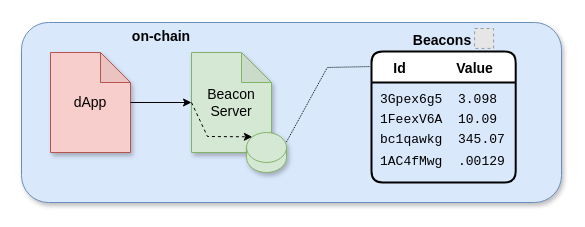
Earlier version of the draw.io diagram docs/beacon/v0.1/assets/diagrams/dapp-beacon.drawio (api3dao/old-api3-docs). Source tidied: cells renumbered, new cells numbered last; positions are measured from the earlier drawing's top-left corner, leaving out a move shared by most shapes. Both pictures are drawn from the tidied source at 100%, with x=0, y=0 at pixel (21, 21). Pictures stored in the file or linked from it are replaced by grey dashed boxes.
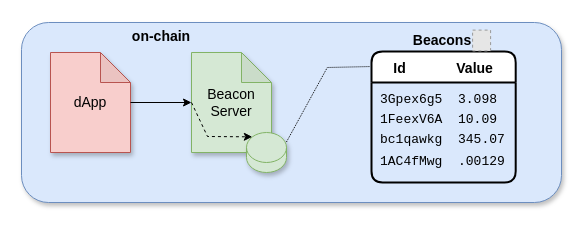
Above is the later version.

Diff of the diagram source:
```diff
@@
 <mxGraphModel>
   <root>
     <mxCell id="0" />
     <mxCell id="1" parent="0" />
     <mxCell id="2" style="rounded=1;whiteSpace=wrap;html=1;shadow=1;fillColor=#dae8fc;strokeColor=#6c8ebf;" parent="1" vertex="1">
       <mxGeometry y="1" width="540" height="180" as="geometry" />
     </mxCell>
     <mxCell id="3" value="&lt;font style=&quot;font-size: 14px&quot;&gt;dApp&lt;/font&gt;" style="shape=note;whiteSpace=wrap;html=1;backgroundOutline=1;darkOpacity=0.05;shadow=1;fillColor=#f8cecc;strokeColor=#b85450;" parent="1" vertex="1">
       <mxGeometry x="29" y="31" width="80" height="100" as="geometry" />
     </mxCell>
     <mxCell id="4" value="&lt;font style=&quot;font-size: 14px&quot;&gt;Beacon&lt;br&gt;Server&lt;br&gt;&lt;/font&gt;" style="shape=note;whiteSpace=wrap;html=1;backgroundOutline=1;darkOpacity=0.05;shadow=1;fillColor=#d5e8d4;strokeColor=#82b366;" parent="1" vertex="1">
       <mxGeometry x="170" y="31" width="80" height="100" as="geometry" />
     </mxCell>
     <mxCell id="5" style="endArrow=classic;html=1;rounded=0;fontSize=14;entryX=0;entryY=0.5;entryDx=0;entryDy=0;entryPerimeter=0;" parent="1" edge="1" source="3" target="4">
       <mxGeometry relative="1" as="geometry" />
     </mxCell>
     <mxCell id="6" style="shape=cylinder3;whiteSpace=wrap;html=1;boundedLbl=1;backgroundOutline=1;size=15;shadow=1;fontSize=14;fillColor=#d5e8d4;strokeColor=#82b366;" parent="1" vertex="1">
       <mxGeometry x="225" y="111" width="40" height="40" as="geometry" />
     </mxCell>
     <mxCell id="7" value="&lt;b&gt;on-chain&lt;/b&gt;" style="text;html=1;strokeColor=none;fillColor=none;align=center;verticalAlign=middle;whiteSpace=wrap;rounded=0;shadow=1;fontSize=14;" parent="1" vertex="1">
       <mxGeometry x="90" width="100" height="30" as="geometry" />
     </mxCell>
     <mxCell id="8" style="endArrow=classic;html=1;rounded=0;dashed=1;exitX=0;exitY=0.5;exitDx=0;exitDy=0;exitPerimeter=0;entryX=0.145;entryY=0;entryDx=0;entryDy=4.35;entryPerimeter=0;" parent="1" edge="1" source="4" target="6">
       <mxGeometry relative="1" as="geometry">
         <Array as="points">
           <mxPoint x="186" y="115" />
         </Array>
       </mxGeometry>
     </mxCell>
     <mxCell id="9" value="Id             Value" style="swimlane;horizontal=1;startSize=31;rounded=1;fontSize=14;fontStyle=1;strokeWidth=2;shadow=0;dashed=0;align=center;arcSize=12;" parent="1" vertex="1">
       <mxGeometry x="350" y="30" width="144.2" height="131" as="geometry" />
     </mxCell>
     <mxCell id="10" style="endArrow=none;html=1;rounded=0;fontSize=14;exitX=0.855;exitY=0;exitDx=0;exitDy=4.35;exitPerimeter=0;entryX=-0.01;entryY=0.115;entryDx=0;entryDy=0;entryPerimeter=0;dashed=1;dashPattern=1 1;endFill=0;" parent="1" edge="1" target="9">
       <mxGeometry relative="1" as="geometry">
         <mxPoint x="265" y="120.4" as="sourcePoint" />
         <Array as="points">
           <mxPoint x="305.8" y="46" />
         </Array>
       </mxGeometry>
     </mxCell>
     <mxCell id="11" value="&lt;font face=&quot;Helvetica&quot; style=&quot;font-size: 14px&quot;&gt;&lt;b&gt;Beacons&lt;/b&gt;&lt;/font&gt;" style="text;html=1;strokeColor=none;fillColor=none;align=center;verticalAlign=middle;whiteSpace=wrap;rounded=0;fontFamily=Courier New;" parent="1" vertex="1">
       <mxGeometry x="391.1" y="4" width="60" height="30" as="geometry" />
     </mxCell>
     <mxCell id="12" value="&lt;span style=&quot;font-size: 13px&quot;&gt;3Gpex6g5&amp;nbsp; 3.098&lt;/span&gt;" style="text;html=1;strokeColor=none;fillColor=none;align=left;verticalAlign=middle;whiteSpace=wrap;rounded=0;fontFamily=Courier New;" parent="1" vertex="1">
       <mxGeometry x="356.6" y="68" width="129" height="20" as="geometry" />
     </mxCell>
     <mxCell id="13" value="&lt;span style=&quot;font-size: 13px;&quot;&gt;1FeexV6A&amp;nbsp; 10.09&lt;/span&gt;" style="text;html=1;strokeColor=none;fillColor=none;align=left;verticalAlign=middle;whiteSpace=wrap;rounded=0;fontFamily=Courier New;" parent="1" vertex="1">
       <mxGeometry x="356.6" y="88" width="129" height="20" as="geometry" />
     </mxCell>
     <mxCell id="14" value="&lt;span style=&quot;font-size: 13px;&quot;&gt;bc1qawkg&amp;nbsp; 345.07&lt;/span&gt;" style="text;html=1;strokeColor=none;fillColor=none;align=left;verticalAlign=middle;whiteSpace=wrap;rounded=0;fontFamily=Courier New;" parent="1" vertex="1">
       <mxGeometry x="356.6" y="108" width="129" height="20" as="geometry" />
     </mxCell>
     <mxCell id="15" value="&lt;span style=&quot;font-size: 13px;&quot;&gt;1AC4fMwg&amp;nbsp; .00129&lt;/span&gt;" style="text;html=1;strokeColor=none;fillColor=none;align=left;verticalAlign=middle;whiteSpace=wrap;rounded=0;fontFamily=Courier New;" parent="1" vertex="1">
       <mxGeometry x="356.6" y="128" width="129" height="23" as="geometry" />
     </mxCell>
-    <mxCell id="16" style="fillColor=#E6E6E6;strokeColor=#999999;dashed=1;verticalLabelPosition=bottom;labelBackgroundColor=#ffffff;verticalAlign=top;" parent="1" vertex="1">
-      <mxGeometry x="453.1" y="7" width="19" height="19.9" as="geometry" />
-    </mxCell>
+    <mxCell id="17" style="fillColor=#E6E6E6;strokeColor=#999999;dashed=1;verticalLabelPosition=bottom;labelBackgroundColor=#ffffff;verticalAlign=top;" parent="1" vertex="1">
+      <mxGeometry x="451.1" y="8.6" width="18" height="20.8" as="geometry" />
+    </mxCell>
   </root>
 </mxGraphModel>
```
